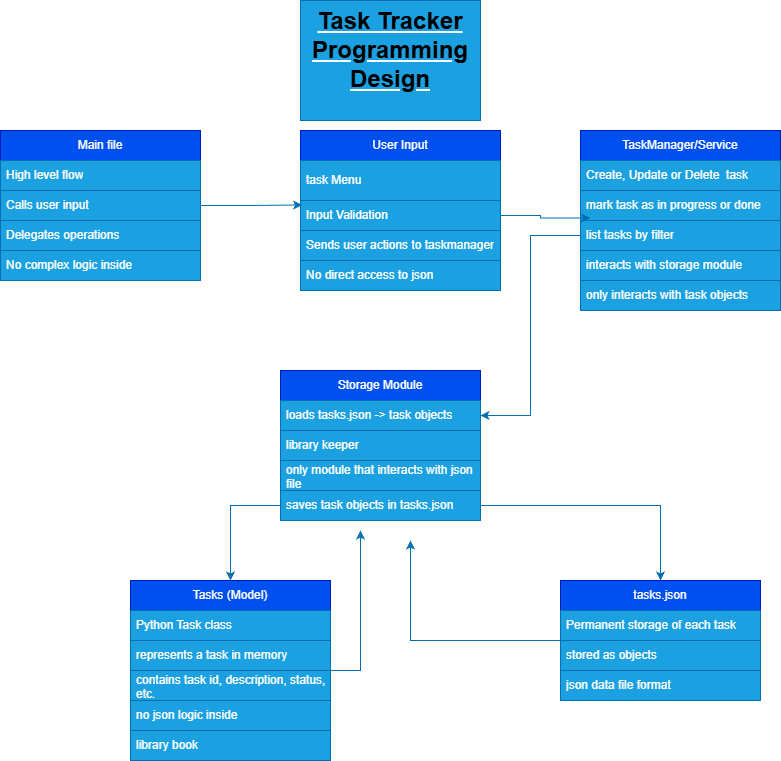
Before: task-tracker_design/task_tracker_design.drawio.png, a diagram exported from draw.io (1neWrld/Task-Tracker). Source tidied: cells renumbered, new cells last; positions are measured from the earlier drawing's top-left corner, leaving out a move shared by most shapes. Source of this version:
```xml
<mxGraphModel>
  <root>
    <mxCell id="0" />
    <mxCell id="1" parent="0" />
    <mxCell id="2" value="&lt;h1 style=&quot;margin-top: 0px;&quot;&gt;&lt;u&gt;&lt;font style=&quot;color: light-dark(rgb(0, 0, 0), rgb(204, 204, 204));&quot;&gt;Task Tracker&lt;br&gt;Programming Design&lt;/font&gt;&lt;/u&gt;&lt;/h1&gt;" style="text;html=1;whiteSpace=wrap;overflow=hidden;rounded=0;align=center;fillColor=#1ba1e2;fontColor=#ffffff;strokeColor=#006EAF;" parent="1" vertex="1">
      <mxGeometry x="300" width="180" height="120" as="geometry" />
    </mxCell>
    <mxCell id="3" value="User Input" style="swimlane;fontStyle=0;horizontal=1;startSize=30;whiteSpace=wrap;html=1;fillColor=#0050ef;fontColor=#ffffff;strokeColor=#001DBC;" parent="1" vertex="1">
      <mxGeometry x="300" y="130" width="200" height="160" as="geometry" />
    </mxCell>
    <mxCell id="4" value="task Menu" style="text;strokeColor=#006EAF;fillColor=#1ba1e2;align=left;verticalAlign=middle;spacingLeft=4;spacingRight=4;overflow=hidden;whiteSpace=wrap;html=1;fontColor=#ffffff;" parent="3" vertex="1">
      <mxGeometry y="30" width="200" height="40" as="geometry" />
    </mxCell>
    <mxCell id="5" value="Input Validation" style="text;strokeColor=#006EAF;fillColor=#1ba1e2;align=left;verticalAlign=middle;spacingLeft=4;spacingRight=4;overflow=hidden;points=[[0,0.5],[1,0.5]];portConstraint=eastwest;whiteSpace=wrap;html=1;fontColor=#ffffff;" parent="3" vertex="1">
      <mxGeometry y="70" width="200" height="30" as="geometry" />
    </mxCell>
    <mxCell id="6" value="Sends user actions to taskmanager" style="text;strokeColor=#006EAF;fillColor=#1ba1e2;align=left;verticalAlign=middle;spacingLeft=4;spacingRight=4;overflow=hidden;whiteSpace=wrap;html=1;fontColor=#ffffff;" parent="3" vertex="1">
      <mxGeometry y="100" width="200" height="30" as="geometry" />
    </mxCell>
    <mxCell id="7" value="No direct access to json" style="text;strokeColor=#006EAF;fillColor=#1ba1e2;align=left;verticalAlign=middle;spacingLeft=4;spacingRight=4;overflow=hidden;whiteSpace=wrap;html=1;fontColor=#ffffff;" parent="3" vertex="1">
      <mxGeometry y="130" width="200" height="30" as="geometry" />
    </mxCell>
    <mxCell id="8" value="Storage Module" style="swimlane;fontStyle=0;horizontal=1;startSize=30;whiteSpace=wrap;html=1;fillColor=#0050ef;fontColor=#ffffff;strokeColor=#001DBC;" parent="1" vertex="1">
      <mxGeometry x="280" y="370" width="200" height="150" as="geometry" />
    </mxCell>
    <mxCell id="9" value="loads tasks.json -&amp;gt; task objects" style="text;strokeColor=#006EAF;fillColor=#1ba1e2;align=left;verticalAlign=middle;spacingLeft=4;spacingRight=4;overflow=hidden;points=[[0,0.5],[1,0.5]];portConstraint=eastwest;whiteSpace=wrap;html=1;fontColor=#ffffff;" parent="8" vertex="1">
      <mxGeometry y="30" width="200" height="30" as="geometry" />
    </mxCell>
    <mxCell id="10" style="edgeStyle=orthogonalEdgeStyle;rounded=0;jettySize=auto;html=1;fillColor=#1ba1e2;strokeColor=#006EAF;" parent="8" edge="1" source="13">
      <mxGeometry relative="1" as="geometry">
        <mxPoint x="-50" y="210" as="targetPoint" />
      </mxGeometry>
    </mxCell>
    <mxCell id="11" value="library keeper" style="text;strokeColor=#006EAF;fillColor=#1ba1e2;align=left;verticalAlign=middle;spacingLeft=4;spacingRight=4;overflow=hidden;whiteSpace=wrap;html=1;fontColor=#ffffff;" parent="8" vertex="1">
      <mxGeometry y="60" width="200" height="30" as="geometry" />
    </mxCell>
    <mxCell id="12" value="only module that interacts with json file" style="text;strokeColor=#006EAF;fillColor=#1ba1e2;align=left;verticalAlign=middle;spacingLeft=4;spacingRight=4;overflow=hidden;whiteSpace=wrap;html=1;fontColor=#ffffff;" parent="8" vertex="1">
      <mxGeometry y="90" width="200" height="30" as="geometry" />
    </mxCell>
    <mxCell id="13" value="saves task objects in tasks.json" style="text;strokeColor=#006EAF;fillColor=#1ba1e2;align=left;verticalAlign=middle;spacingLeft=4;spacingRight=4;overflow=hidden;points=[[0,0.5],[1,0.5]];portConstraint=eastwest;whiteSpace=wrap;html=1;fontColor=#ffffff;" parent="8" vertex="1">
      <mxGeometry y="120" width="200" height="30" as="geometry" />
    </mxCell>
    <mxCell id="14" value="TaskManager/Service" style="swimlane;fontStyle=0;horizontal=1;startSize=30;whiteSpace=wrap;html=1;fillColor=#0050ef;fontColor=#ffffff;strokeColor=#001DBC;" parent="1" vertex="1">
      <mxGeometry x="580" y="130" width="200" height="180" as="geometry" />
    </mxCell>
    <mxCell id="15" value="Create, Update or Delete&amp;nbsp; task" style="text;strokeColor=#006EAF;fillColor=#1ba1e2;align=left;verticalAlign=middle;spacingLeft=4;spacingRight=4;overflow=hidden;whiteSpace=wrap;html=1;fontColor=#ffffff;" parent="14" vertex="1">
      <mxGeometry y="30" width="200" height="30" as="geometry" />
    </mxCell>
    <mxCell id="16" value="mark task as in progress or done" style="text;strokeColor=#006EAF;fillColor=#1ba1e2;align=left;verticalAlign=middle;spacingLeft=4;spacingRight=4;overflow=hidden;whiteSpace=wrap;html=1;fontColor=#ffffff;" parent="14" vertex="1">
      <mxGeometry y="60" width="200" height="30" as="geometry" />
    </mxCell>
    <mxCell id="17" value="list tasks by filter" style="text;strokeColor=#006EAF;fillColor=#1ba1e2;align=left;verticalAlign=middle;spacingLeft=4;spacingRight=4;overflow=hidden;points=[[0,0.5],[1,0.5]];portConstraint=eastwest;whiteSpace=wrap;html=1;fontColor=#ffffff;" parent="14" vertex="1">
      <mxGeometry y="90" width="200" height="30" as="geometry" />
    </mxCell>
    <mxCell id="18" value="interacts with storage module" style="text;strokeColor=#006EAF;fillColor=#1ba1e2;align=left;verticalAlign=middle;spacingLeft=4;spacingRight=4;overflow=hidden;whiteSpace=wrap;html=1;fontColor=#ffffff;" parent="14" vertex="1">
      <mxGeometry y="120" width="200" height="30" as="geometry" />
    </mxCell>
    <mxCell id="19" value="only interacts with task objects" style="text;strokeColor=#006EAF;fillColor=#1ba1e2;align=left;verticalAlign=middle;spacingLeft=4;spacingRight=4;overflow=hidden;whiteSpace=wrap;html=1;fontColor=#ffffff;" parent="14" vertex="1">
      <mxGeometry y="150" width="200" height="30" as="geometry" />
    </mxCell>
    <mxCell id="20" style="edgeStyle=orthogonalEdgeStyle;rounded=0;jettySize=auto;html=1;entryX=1;entryY=0.5;entryDx=0;entryDy=0;fillColor=#1ba1e2;strokeColor=#006EAF;" parent="1" edge="1" source="17" target="9">
      <mxGeometry relative="1" as="geometry" />
    </mxCell>
    <mxCell id="21" style="edgeStyle=orthogonalEdgeStyle;rounded=0;jettySize=auto;html=1;entryX=0.008;entryY=0.148;entryDx=0;entryDy=0;entryPerimeter=0;fillColor=#1ba1e2;strokeColor=#006EAF;" parent="1" edge="1" source="37" target="5">
      <mxGeometry relative="1" as="geometry" />
    </mxCell>
    <mxCell id="22" style="edgeStyle=orthogonalEdgeStyle;rounded=0;jettySize=auto;html=1;entryX=0.048;entryY=-0.083;entryDx=0;entryDy=0;entryPerimeter=0;fillColor=#1ba1e2;strokeColor=#006EAF;" parent="1" edge="1" source="5" target="17">
      <mxGeometry relative="1" as="geometry" />
    </mxCell>
    <mxCell id="23" style="edgeStyle=orthogonalEdgeStyle;rounded=0;jettySize=auto;html=1;fillColor=#1ba1e2;strokeColor=#006EAF;" parent="1" edge="1" source="24">
      <mxGeometry relative="1" as="geometry">
        <mxPoint x="360" y="530" as="targetPoint" />
      </mxGeometry>
    </mxCell>
    <mxCell id="24" value="Tasks (Model)" style="swimlane;fontStyle=0;horizontal=1;startSize=30;whiteSpace=wrap;html=1;fillColor=#0050ef;fontColor=#ffffff;strokeColor=#001DBC;" parent="1" vertex="1">
      <mxGeometry x="130" y="580" width="200" height="180" as="geometry" />
    </mxCell>
    <mxCell id="25" value="Python Task class" style="text;strokeColor=#006EAF;fillColor=#1ba1e2;align=left;verticalAlign=middle;spacingLeft=4;spacingRight=4;overflow=hidden;whiteSpace=wrap;html=1;fontColor=#ffffff;" parent="24" vertex="1">
      <mxGeometry y="30" width="200" height="30" as="geometry" />
    </mxCell>
    <mxCell id="26" value="represents a task in memory" style="text;strokeColor=#006EAF;fillColor=#1ba1e2;align=left;verticalAlign=middle;spacingLeft=4;spacingRight=4;overflow=hidden;whiteSpace=wrap;html=1;fontColor=#ffffff;" parent="24" vertex="1">
      <mxGeometry y="60" width="200" height="30" as="geometry" />
    </mxCell>
    <mxCell id="27" value="contains task id, description, status, etc." style="text;strokeColor=#006EAF;fillColor=#1ba1e2;align=left;verticalAlign=middle;spacingLeft=4;spacingRight=4;overflow=hidden;whiteSpace=wrap;html=1;fontColor=#ffffff;" parent="24" vertex="1">
      <mxGeometry y="90" width="200" height="30" as="geometry" />
    </mxCell>
    <mxCell id="28" value="no json logic inside&amp;nbsp;" style="text;strokeColor=#006EAF;fillColor=#1ba1e2;align=left;verticalAlign=middle;spacingLeft=4;spacingRight=4;overflow=hidden;whiteSpace=wrap;html=1;fontColor=#ffffff;" parent="24" vertex="1">
      <mxGeometry y="120" width="200" height="30" as="geometry" />
    </mxCell>
    <mxCell id="29" value="library book" style="text;strokeColor=#006EAF;fillColor=#1ba1e2;align=left;verticalAlign=middle;spacingLeft=4;spacingRight=4;overflow=hidden;whiteSpace=wrap;html=1;fontColor=#ffffff;" parent="24" vertex="1">
      <mxGeometry y="150" width="200" height="30" as="geometry" />
    </mxCell>
    <mxCell id="30" style="edgeStyle=orthogonalEdgeStyle;rounded=0;jettySize=auto;html=1;fillColor=#1ba1e2;strokeColor=#006EAF;" parent="1" edge="1" source="31">
      <mxGeometry relative="1" as="geometry">
        <mxPoint x="410" y="540" as="targetPoint" />
      </mxGeometry>
    </mxCell>
    <mxCell id="31" value="tasks.json" style="swimlane;fontStyle=0;horizontal=1;startSize=30;whiteSpace=wrap;html=1;fillColor=#0050ef;fontColor=#ffffff;strokeColor=#001DBC;" parent="1" vertex="1">
      <mxGeometry x="560" y="580" width="200" height="120" as="geometry" />
    </mxCell>
    <mxCell id="32" value="Permanent storage of each task" style="text;strokeColor=#006EAF;fillColor=#1ba1e2;align=left;verticalAlign=middle;spacingLeft=4;spacingRight=4;overflow=hidden;whiteSpace=wrap;html=1;fontColor=#ffffff;" parent="31" vertex="1">
      <mxGeometry y="30" width="200" height="30" as="geometry" />
    </mxCell>
    <mxCell id="33" value="stored as objects" style="text;strokeColor=#006EAF;fillColor=#1ba1e2;align=left;verticalAlign=middle;spacingLeft=4;spacingRight=4;overflow=hidden;whiteSpace=wrap;html=1;fontColor=#ffffff;" parent="31" vertex="1">
      <mxGeometry y="60" width="200" height="30" as="geometry" />
    </mxCell>
    <mxCell id="34" value="json data file format" style="text;strokeColor=#006EAF;fillColor=#1ba1e2;align=left;verticalAlign=middle;spacingLeft=4;spacingRight=4;overflow=hidden;whiteSpace=wrap;html=1;fontColor=#ffffff;" parent="31" vertex="1">
      <mxGeometry y="90" width="200" height="30" as="geometry" />
    </mxCell>
    <mxCell id="35" value="Main file" style="swimlane;fontStyle=0;horizontal=1;startSize=30;whiteSpace=wrap;html=1;fillColor=#0050ef;fontColor=#ffffff;strokeColor=#001DBC;" parent="1" vertex="1">
      <mxGeometry y="130" width="200" height="150" as="geometry" />
    </mxCell>
    <mxCell id="36" value="High level flow" style="text;strokeColor=#006EAF;fillColor=#1ba1e2;align=left;verticalAlign=middle;spacingLeft=4;spacingRight=4;overflow=hidden;whiteSpace=wrap;html=1;fontColor=#ffffff;" parent="35" vertex="1">
      <mxGeometry y="30" width="200" height="30" as="geometry" />
    </mxCell>
    <mxCell id="37" value="Calls user input&amp;nbsp;" style="text;strokeColor=#006EAF;fillColor=#1ba1e2;align=left;verticalAlign=middle;spacingLeft=4;spacingRight=4;overflow=hidden;points=[[0,0.5],[1,0.5]];portConstraint=eastwest;whiteSpace=wrap;html=1;fontColor=#ffffff;" parent="35" vertex="1">
      <mxGeometry y="60" width="200" height="30" as="geometry" />
    </mxCell>
    <mxCell id="38" value="Delegates operations" style="text;strokeColor=#006EAF;fillColor=#1ba1e2;align=left;verticalAlign=middle;spacingLeft=4;spacingRight=4;overflow=hidden;whiteSpace=wrap;html=1;fontColor=#ffffff;" parent="35" vertex="1">
      <mxGeometry y="90" width="200" height="30" as="geometry" />
    </mxCell>
    <mxCell id="39" value="No complex logic inside&amp;nbsp;" style="text;strokeColor=#006EAF;fillColor=#1ba1e2;align=left;verticalAlign=middle;spacingLeft=4;spacingRight=4;overflow=hidden;whiteSpace=wrap;html=1;fontColor=#ffffff;" parent="35" vertex="1">
      <mxGeometry y="120" width="200" height="30" as="geometry" />
    </mxCell>
    <mxCell id="40" style="edgeStyle=orthogonalEdgeStyle;rounded=0;jettySize=auto;html=1;fillColor=#1ba1e2;strokeColor=#006EAF;" parent="1" edge="1" source="13" target="31">
      <mxGeometry relative="1" as="geometry" />
    </mxCell>
  </root>
</mxGraphModel>
```
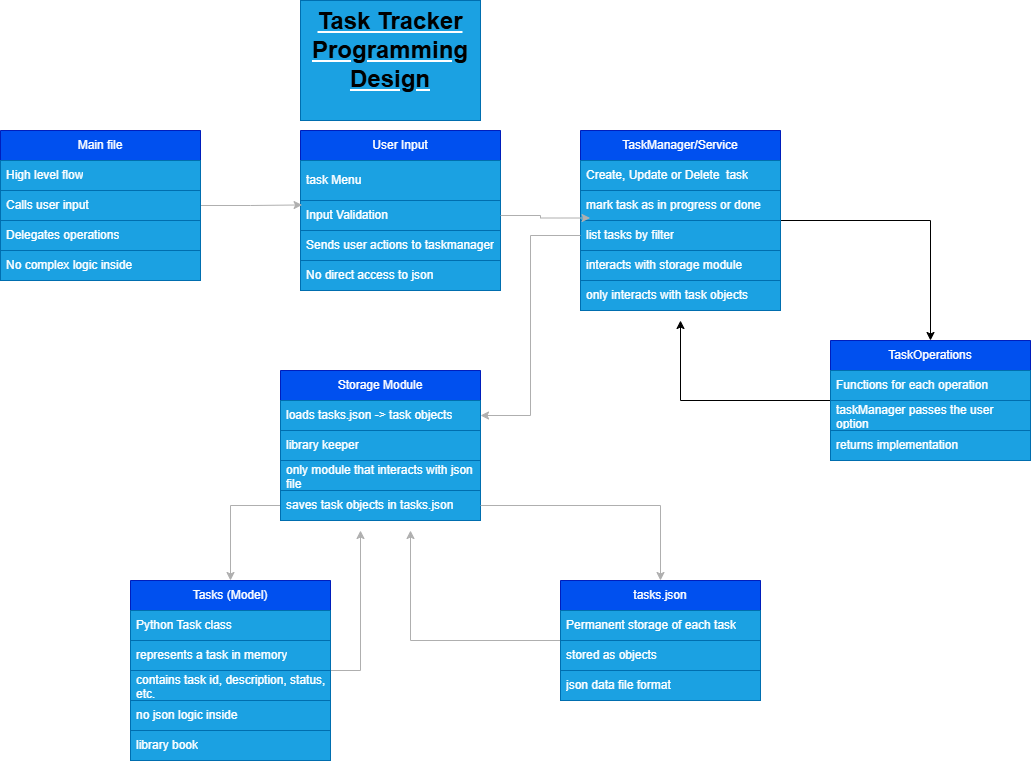
After the change.

Commit message:
Updated test_tracker_design

What changed in the source:
```diff
@@ -26,7 +26,7 @@
     <mxCell id="9" value="loads tasks.json -&amp;gt; task objects" style="text;strokeColor=#006EAF;fillColor=#1ba1e2;align=left;verticalAlign=middle;spacingLeft=4;spacingRight=4;overflow=hidden;points=[[0,0.5],[1,0.5]];portConstraint=eastwest;whiteSpace=wrap;html=1;fontColor=#ffffff;" parent="8" vertex="1">
       <mxGeometry y="30" width="200" height="30" as="geometry" />
     </mxCell>
-    <mxCell id="10" style="edgeStyle=orthogonalEdgeStyle;rounded=0;jettySize=auto;html=1;fillColor=#1ba1e2;strokeColor=#006EAF;" parent="8" edge="1" source="13">
+    <mxCell id="10" style="edgeStyle=orthogonalEdgeStyle;rounded=0;jettySize=auto;html=1;fillColor=#1ba1e2;strokeColor=#AFAFAF;" parent="8" edge="1" source="13">
       <mxGeometry relative="1" as="geometry">
         <mxPoint x="-50" y="210" as="targetPoint" />
       </mxGeometry>
@@ -40,6 +40,9 @@
     <mxCell id="13" value="saves task objects in tasks.json" style="text;strokeColor=#006EAF;fillColor=#1ba1e2;align=left;verticalAlign=middle;spacingLeft=4;spacingRight=4;overflow=hidden;points=[[0,0.5],[1,0.5]];portConstraint=eastwest;whiteSpace=wrap;html=1;fontColor=#ffffff;" parent="8" vertex="1">
       <mxGeometry y="120" width="200" height="30" as="geometry" />
     </mxCell>
+    <mxCell id="41" style="edgeStyle=orthogonalEdgeStyle;rounded=0;jettySize=auto;html=1;entryX=0.5;entryY=0;entryDx=0;entryDy=0;" parent="1" edge="1" source="14" target="43">
+      <mxGeometry relative="1" as="geometry" />
+    </mxCell>
     <mxCell id="14" value="TaskManager/Service" style="swimlane;fontStyle=0;horizontal=1;startSize=30;whiteSpace=wrap;html=1;fillColor=#0050ef;fontColor=#ffffff;strokeColor=#001DBC;" parent="1" vertex="1">
       <mxGeometry x="580" y="130" width="200" height="180" as="geometry" />
     </mxCell>
@@ -58,16 +61,16 @@
     <mxCell id="19" value="only interacts with task objects" style="text;strokeColor=#006EAF;fillColor=#1ba1e2;align=left;verticalAlign=middle;spacingLeft=4;spacingRight=4;overflow=hidden;whiteSpace=wrap;html=1;fontColor=#ffffff;" parent="14" vertex="1">
       <mxGeometry y="150" width="200" height="30" as="geometry" />
     </mxCell>
-    <mxCell id="20" style="edgeStyle=orthogonalEdgeStyle;rounded=0;jettySize=auto;html=1;entryX=1;entryY=0.5;entryDx=0;entryDy=0;fillColor=#1ba1e2;strokeColor=#006EAF;" parent="1" edge="1" source="17" target="9">
+    <mxCell id="20" style="edgeStyle=orthogonalEdgeStyle;rounded=0;jettySize=auto;html=1;entryX=1;entryY=0.5;entryDx=0;entryDy=0;fillColor=#1ba1e2;strokeColor=#AFAFAF;" parent="1" edge="1" source="17" target="9">
       <mxGeometry relative="1" as="geometry" />
     </mxCell>
-    <mxCell id="21" style="edgeStyle=orthogonalEdgeStyle;rounded=0;jettySize=auto;html=1;entryX=0.008;entryY=0.148;entryDx=0;entryDy=0;entryPerimeter=0;fillColor=#1ba1e2;strokeColor=#006EAF;" parent="1" edge="1" source="37" target="5">
+    <mxCell id="21" style="edgeStyle=orthogonalEdgeStyle;rounded=0;jettySize=auto;html=1;entryX=0.008;entryY=0.148;entryDx=0;entryDy=0;entryPerimeter=0;fillColor=#1ba1e2;strokeColor=#AFAFAF;" parent="1" edge="1" source="37" target="5">
       <mxGeometry relative="1" as="geometry" />
     </mxCell>
-    <mxCell id="22" style="edgeStyle=orthogonalEdgeStyle;rounded=0;jettySize=auto;html=1;entryX=0.048;entryY=-0.083;entryDx=0;entryDy=0;entryPerimeter=0;fillColor=#1ba1e2;strokeColor=#006EAF;" parent="1" edge="1" source="5" target="17">
+    <mxCell id="22" style="edgeStyle=orthogonalEdgeStyle;rounded=0;jettySize=auto;html=1;entryX=0.048;entryY=-0.083;entryDx=0;entryDy=0;entryPerimeter=0;fillColor=#1ba1e2;strokeColor=#AFAFAF;" parent="1" edge="1" source="5" target="17">
       <mxGeometry relative="1" as="geometry" />
     </mxCell>
-    <mxCell id="23" style="edgeStyle=orthogonalEdgeStyle;rounded=0;jettySize=auto;html=1;fillColor=#1ba1e2;strokeColor=#006EAF;" parent="1" edge="1" source="24">
+    <mxCell id="23" style="edgeStyle=orthogonalEdgeStyle;rounded=0;jettySize=auto;html=1;fillColor=#1ba1e2;strokeColor=#AFAFAF;" parent="1" edge="1" source="24">
       <mxGeometry relative="1" as="geometry">
         <mxPoint x="360" y="530" as="targetPoint" />
       </mxGeometry>
@@ -90,9 +93,9 @@
     <mxCell id="29" value="library book" style="text;strokeColor=#006EAF;fillColor=#1ba1e2;align=left;verticalAlign=middle;spacingLeft=4;spacingRight=4;overflow=hidden;whiteSpace=wrap;html=1;fontColor=#ffffff;" parent="24" vertex="1">
       <mxGeometry y="150" width="200" height="30" as="geometry" />
     </mxCell>
-    <mxCell id="30" style="edgeStyle=orthogonalEdgeStyle;rounded=0;jettySize=auto;html=1;fillColor=#1ba1e2;strokeColor=#006EAF;" parent="1" edge="1" source="31">
+    <mxCell id="30" style="edgeStyle=orthogonalEdgeStyle;rounded=0;jettySize=auto;html=1;fillColor=#1ba1e2;strokeColor=#AFAFAF;" parent="1" edge="1" source="31">
       <mxGeometry relative="1" as="geometry">
-        <mxPoint x="410" y="540" as="targetPoint" />
+        <mxPoint x="410" y="530" as="targetPoint" />
       </mxGeometry>
     </mxCell>
     <mxCell id="31" value="tasks.json" style="swimlane;fontStyle=0;horizontal=1;startSize=30;whiteSpace=wrap;html=1;fillColor=#0050ef;fontColor=#ffffff;strokeColor=#001DBC;" parent="1" vertex="1">
@@ -122,8 +125,25 @@
     <mxCell id="39" value="No complex logic inside&amp;nbsp;" style="text;strokeColor=#006EAF;fillColor=#1ba1e2;align=left;verticalAlign=middle;spacingLeft=4;spacingRight=4;overflow=hidden;whiteSpace=wrap;html=1;fontColor=#ffffff;" parent="35" vertex="1">
       <mxGeometry y="120" width="200" height="30" as="geometry" />
     </mxCell>
-    <mxCell id="40" style="edgeStyle=orthogonalEdgeStyle;rounded=0;jettySize=auto;html=1;fillColor=#1ba1e2;strokeColor=#006EAF;" parent="1" edge="1" source="13" target="31">
+    <mxCell id="40" style="edgeStyle=orthogonalEdgeStyle;rounded=0;jettySize=auto;html=1;fillColor=#1ba1e2;strokeColor=#AFAFAF;" parent="1" edge="1" source="13" target="31">
       <mxGeometry relative="1" as="geometry" />
     </mxCell>
+    <mxCell id="42" style="edgeStyle=orthogonalEdgeStyle;rounded=0;jettySize=auto;html=1;" parent="1" edge="1" source="43">
+      <mxGeometry relative="1" as="geometry">
+        <mxPoint x="680" y="320" as="targetPoint" />
+      </mxGeometry>
+    </mxCell>
+    <mxCell id="43" value="TaskOperations" style="swimlane;fontStyle=0;horizontal=1;startSize=30;whiteSpace=wrap;html=1;fillColor=#0050ef;fontColor=#ffffff;strokeColor=#001DBC;" parent="1" vertex="1">
+      <mxGeometry x="830" y="340" width="200" height="120" as="geometry" />
+    </mxCell>
+    <mxCell id="44" value="Functions for each operation" style="text;strokeColor=#006EAF;fillColor=#1ba1e2;align=left;verticalAlign=middle;spacingLeft=4;spacingRight=4;overflow=hidden;whiteSpace=wrap;html=1;fontColor=#ffffff;" parent="43" vertex="1">
+      <mxGeometry y="30" width="200" height="30" as="geometry" />
+    </mxCell>
+    <mxCell id="45" value="taskManager passes the user option" style="text;strokeColor=#006EAF;fillColor=#1ba1e2;align=left;verticalAlign=middle;spacingLeft=4;spacingRight=4;overflow=hidden;whiteSpace=wrap;html=1;fontColor=#ffffff;" parent="43" vertex="1">
+      <mxGeometry y="60" width="200" height="30" as="geometry" />
+    </mxCell>
+    <mxCell id="46" value="returns implementation" style="text;strokeColor=#006EAF;fillColor=#1ba1e2;align=left;verticalAlign=middle;spacingLeft=4;spacingRight=4;overflow=hidden;whiteSpace=wrap;html=1;fontColor=#ffffff;" parent="43" vertex="1">
+      <mxGeometry y="90" width="200" height="30" as="geometry" />
+    </mxCell>
   </root>
 </mxGraphModel>
```
